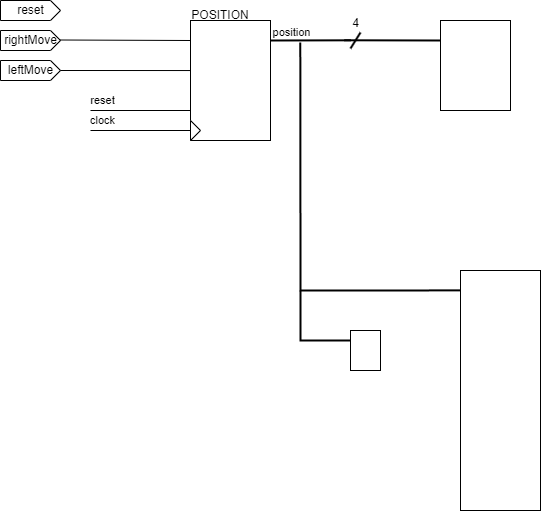
The draw.io diagram Lab3_Moving_LED/Modelsim/MovingLed.png in rbrinson2/CPE-3020-VHDL_Design, before a commit. Source tidied: cells renumbered, new cells last; positions are measured from the earlier drawing's top-left corner, leaving out a move shared by most shapes.
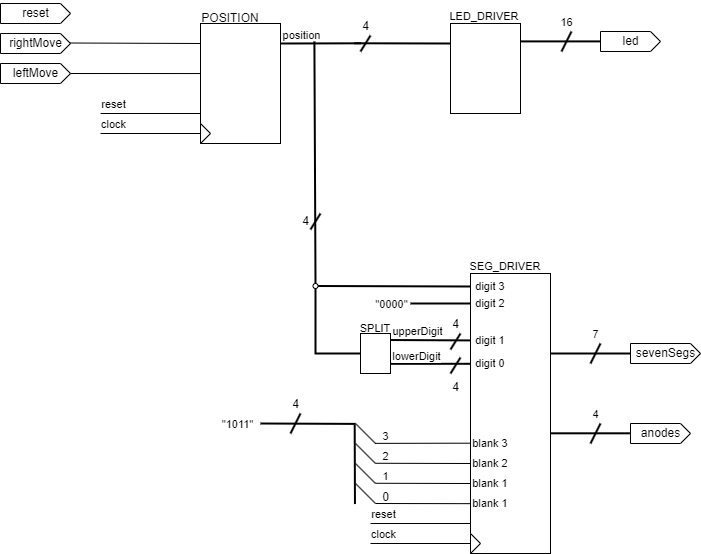
After the commit.

Diff of the diagram source:
```diff
@@ -3,13 +3,13 @@
     <mxCell id="0" />
     <mxCell id="1" parent="0" />
     <mxCell id="2" value="leftMove" style="externalPins=0;shadow=0;dashed=0;align=center;html=1;strokeWidth=1;shape=mxgraph.rtl.abstract.entity;kind=input;drawPins=0;left=0;right=1;bottom=0;top=0;" parent="1" vertex="1">
-      <mxGeometry y="60" width="60" height="20" as="geometry" />
+      <mxGeometry x="-10" y="60" width="70" height="20" as="geometry" />
     </mxCell>
     <mxCell id="3" value="rightMove" style="externalPins=0;shadow=0;dashed=0;align=center;html=1;strokeWidth=1;shape=mxgraph.rtl.abstract.entity;kind=input;drawPins=0;left=0;right=1;bottom=0;top=0;" parent="1" vertex="1">
-      <mxGeometry y="30" width="60" height="20" as="geometry" />
+      <mxGeometry x="-10" y="30" width="70" height="20" as="geometry" />
     </mxCell>
     <mxCell id="4" value="reset" style="externalPins=0;shadow=0;dashed=0;align=center;html=1;strokeWidth=1;shape=mxgraph.rtl.abstract.entity;kind=input;drawPins=0;left=0;right=1;bottom=0;top=0;" parent="1" vertex="1">
-      <mxGeometry width="60" height="20" as="geometry" />
+      <mxGeometry x="-10" width="70" height="20" as="geometry" />
     </mxCell>
     <mxCell id="5" style="endArrow=none;html=1;strokeWidth=1;" parent="1" edge="1">
       <mxGeometry relative="1" as="geometry">
@@ -57,8 +57,32 @@
       <mxGeometry x="440" y="20" width="70" height="90" as="geometry" />
     </mxCell>
     <mxCell id="15" style="externalPins=0;shadow=0;dashed=0;align=center;html=1;strokeWidth=1;shape=mxgraph.rtl.abstract.entity;kind=sequential;drawPins=0;left=3;right=2;bottom=0;top=0;" parent="1" vertex="1">
-      <mxGeometry x="460" y="270" width="80" height="240" as="geometry" />
+      <mxGeometry x="460" y="270" width="80" height="280" as="geometry" />
     </mxCell>
+    <mxCell id="23" value="digit 3" style="text;html=1;strokeColor=none;fillColor=none;align=center;verticalAlign=middle;whiteSpace=wrap;rounded=0;labelBorderColor=none;fillStyle=solid;strokeWidth=2;fontSize=11;" parent="15" vertex="1">
+      <mxGeometry x="-10" y="-2.5" width="60" height="30" as="geometry" />
+    </mxCell>
+    <mxCell id="24" value="digit 0" style="text;html=1;strokeColor=none;fillColor=none;align=center;verticalAlign=middle;whiteSpace=wrap;rounded=0;labelBorderColor=none;fillStyle=solid;strokeWidth=2;fontSize=11;" parent="15" vertex="1">
+      <mxGeometry x="-10" y="75" width="60" height="30" as="geometry" />
+    </mxCell>
+    <mxCell id="25" value="digit 1" style="text;html=1;strokeColor=none;fillColor=none;align=center;verticalAlign=middle;whiteSpace=wrap;rounded=0;labelBorderColor=none;fillStyle=solid;strokeWidth=2;fontSize=11;" parent="15" vertex="1">
+      <mxGeometry x="-10" y="52" width="60" height="29" as="geometry" />
+    </mxCell>
+    <mxCell id="26" value="digit 2" style="text;html=1;strokeColor=none;fillColor=none;align=center;verticalAlign=middle;whiteSpace=wrap;rounded=0;labelBorderColor=none;fillStyle=solid;strokeWidth=2;fontSize=11;" parent="15" vertex="1">
+      <mxGeometry x="-10" y="15" width="60" height="30" as="geometry" />
+    </mxCell>
+    <mxCell id="27" value="blank 3" style="text;html=1;strokeColor=none;fillColor=none;align=center;verticalAlign=middle;whiteSpace=wrap;rounded=0;labelBorderColor=none;fillStyle=solid;strokeWidth=2;fontSize=11;" parent="15" vertex="1">
+      <mxGeometry x="-10" y="155" width="60" height="30" as="geometry" />
+    </mxCell>
+    <mxCell id="28" value="blank 2" style="text;html=1;strokeColor=none;fillColor=none;align=center;verticalAlign=middle;whiteSpace=wrap;rounded=0;labelBorderColor=none;fillStyle=solid;strokeWidth=2;fontSize=11;" parent="15" vertex="1">
+      <mxGeometry x="-10" y="175" width="60" height="30" as="geometry" />
+    </mxCell>
+    <mxCell id="29" value="blank 1" style="text;html=1;strokeColor=none;fillColor=none;align=center;verticalAlign=middle;whiteSpace=wrap;rounded=0;labelBorderColor=none;fillStyle=solid;strokeWidth=2;fontSize=11;" parent="15" vertex="1">
+      <mxGeometry x="-10" y="195" width="60" height="30" as="geometry" />
+    </mxCell>
+    <mxCell id="30" value="blank 1" style="text;html=1;strokeColor=none;fillColor=none;align=center;verticalAlign=middle;whiteSpace=wrap;rounded=0;labelBorderColor=none;fillStyle=solid;strokeWidth=2;fontSize=11;" parent="15" vertex="1">
+      <mxGeometry x="-10" y="215" width="60" height="30" as="geometry" />
+    </mxCell>
     <mxCell id="16" style="endArrow=none;html=1;strokeWidth=2;entryX=0;entryY=0;entryDx=0;entryDy=20;entryPerimeter=0;startArrow=none;exitX=0.92;exitY=-0.042;exitDx=0;exitDy=0;exitPerimeter=0;" parent="1" edge="1" source="17" target="14">
       <mxGeometry relative="1" as="geometry" />
     </mxCell>
@@ -78,20 +102,180 @@
     <mxCell id="20" style="externalPins=0;shadow=0;dashed=0;align=center;html=1;strokeWidth=1;shape=mxgraph.rtl.abstract.entity;kind=sequential;drawPins=0;left=3;right=2;bottom=0;top=0;labelBorderColor=none;" parent="1" vertex="1">
       <mxGeometry x="350" y="330" width="30" height="40" as="geometry" />
     </mxCell>
-    <mxCell id="21" style="endArrow=none;html=1;strokeWidth=2;exitX=0.371;exitY=2.64;exitDx=0;exitDy=0;exitPerimeter=0;entryX=0;entryY=0.083;entryDx=0;entryDy=0;entryPerimeter=0;rounded=0;" parent="1" edge="1" source="17" target="15">
-      <mxGeometry relative="1" as="geometry">
-        <Array as="points">
-          <mxPoint x="300" y="290" />
-        </Array>
-      </mxGeometry>
-    </mxCell>
-    <mxCell id="22" style="endArrow=none;html=1;strokeWidth=2;rounded=0;entryX=0;entryY=0;entryDx=0;entryDy=10;entryPerimeter=0;startArrow=none;" parent="1" edge="1" target="20">
-      <mxGeometry relative="1" as="geometry">
-        <mxPoint x="300" y="290" as="sourcePoint" />
-        <Array as="points">
-          <mxPoint x="300" y="340" />
-        </Array>
-      </mxGeometry>
-    </mxCell>
+    <mxCell id="31" value="4" style="verticalLabelPosition=middle;shadow=0;dashed=0;align=right;verticalAlign=middle;shape=mxgraph.electrical.transmission.bus_width;strokeWidth=2;labelPosition=left;labelBorderColor=none;html=1;" parent="1" vertex="1">
+      <mxGeometry x="300" y="210" width="10" height="16" as="geometry" />
+    </mxCell>
+    <mxCell id="32" style="endArrow=none;html=1;strokeWidth=2;rounded=0;exitX=1;exitY=0.5;exitDx=0;exitDy=0;" parent="1" edge="1" source="35">
+      <mxGeometry relative="1" as="geometry">
+        <mxPoint x="460" y="283" as="targetPoint" />
+      </mxGeometry>
+    </mxCell>
+    <mxCell id="33" style="endArrow=none;html=1;strokeWidth=2;rounded=0;entryX=0;entryY=0;entryDx=0;entryDy=20;entryPerimeter=0;exitX=0.5;exitY=1;exitDx=0;exitDy=0;" parent="1" edge="1" source="35" target="20">
+      <mxGeometry relative="1" as="geometry">
+        <Array as="points">
+          <mxPoint x="305" y="350" />
+        </Array>
+      </mxGeometry>
+    </mxCell>
+    <mxCell id="34" style="endArrow=none;html=1;strokeWidth=2;rounded=0;exitX=0.422;exitY=-1.826;exitDx=0;exitDy=0;exitPerimeter=0;entryX=0.5;entryY=0;entryDx=0;entryDy=0;" parent="1" edge="1" source="17" target="35">
+      <mxGeometry relative="1" as="geometry" />
+    </mxCell>
+    <mxCell id="35" style="ellipse;whiteSpace=wrap;html=1;labelBorderColor=none;strokeWidth=1;fillStyle=solid;fillColor=#FFFFFF;" parent="1" vertex="1">
+      <mxGeometry x="302.5" y="280" width="5" height="5" as="geometry" />
+    </mxCell>
+    <mxCell id="36" style="endArrow=none;html=1;strokeWidth=2;rounded=0;entryX=0.005;entryY=0.239;entryDx=0;entryDy=0;entryPerimeter=0;exitX=0.988;exitY=0.163;exitDx=0;exitDy=0;exitPerimeter=0;" parent="1" edge="1" source="20" target="15">
+      <mxGeometry relative="1" as="geometry" />
+    </mxCell>
+    <mxCell id="37" value="upperDigit" style="edgeLabel;html=1;align=center;verticalAlign=middle;" parent="36" vertex="1">
+      <mxGeometry x="-0.71" relative="1" as="geometry">
+        <mxPoint x="15" y="-9" as="offset" />
+      </mxGeometry>
+    </mxCell>
+    <mxCell id="38" value="4" style="verticalLabelPosition=top;shadow=0;dashed=0;align=center;html=1;verticalAlign=bottom;shape=mxgraph.electrical.transmission.bus_width;labelBorderColor=none;fillStyle=solid;strokeWidth=2;fillColor=#FFFFFF;labelPosition=center;" parent="1" vertex="1">
+      <mxGeometry x="440" y="330" width="10" height="16" as="geometry" />
+    </mxCell>
+    <mxCell id="39" style="endArrow=none;html=1;strokeWidth=2;rounded=0;entryX=0.99;entryY=1.064;entryDx=0;entryDy=0;entryPerimeter=0;exitX=0.989;exitY=0.092;exitDx=0;exitDy=0;exitPerimeter=0;" parent="1" edge="1">
+      <mxGeometry relative="1" as="geometry">
+        <mxPoint x="379.7" y="360.3" as="sourcePoint" />
+        <mxPoint x="459.9" y="360.3" as="targetPoint" />
+      </mxGeometry>
+    </mxCell>
+    <mxCell id="40" value="lowerDigit" style="edgeLabel;html=1;align=center;verticalAlign=middle;" parent="39" vertex="1">
+      <mxGeometry x="-0.28" relative="1" as="geometry">
+        <mxPoint x="-3" y="-8" as="offset" />
+      </mxGeometry>
+    </mxCell>
+    <mxCell id="41" value="4" style="verticalLabelPosition=bottom;shadow=0;dashed=0;align=center;html=1;verticalAlign=top;shape=mxgraph.electrical.transmission.bus_width;labelBorderColor=none;fillStyle=solid;strokeWidth=2;fillColor=#FFFFFF;labelPosition=center;" parent="1" vertex="1">
+      <mxGeometry x="440" y="354" width="10" height="16" as="geometry" />
+    </mxCell>
+    <mxCell id="42" style="endArrow=none;html=1;strokeWidth=2;rounded=0;" parent="1" edge="1">
+      <mxGeometry relative="1" as="geometry">
+        <mxPoint x="400" y="300" as="sourcePoint" />
+        <mxPoint x="460" y="300" as="targetPoint" />
+      </mxGeometry>
+    </mxCell>
+    <mxCell id="43" value="&quot;0000&quot;" style="edgeLabel;html=1;align=center;verticalAlign=middle;" parent="42" vertex="1">
+      <mxGeometry x="0.49" y="2" relative="1" as="geometry">
+        <mxPoint x="-65" y="2" as="offset" />
+      </mxGeometry>
+    </mxCell>
+    <mxCell id="44" style="endArrow=none;html=1;strokeWidth=2;rounded=0;entryX=0.02;entryY=0.993;entryDx=0;entryDy=0;entryPerimeter=0;" parent="1" edge="1" target="46">
+      <mxGeometry relative="1" as="geometry">
+        <mxPoint x="250" y="420" as="sourcePoint" />
+      </mxGeometry>
+    </mxCell>
+    <mxCell id="45" value="&quot;1011&quot;" style="edgeLabel;html=1;align=center;verticalAlign=middle;" parent="44" vertex="1">
+      <mxGeometry x="0.3" y="-2" relative="1" as="geometry">
+        <mxPoint x="-85" y="-2" as="offset" />
+      </mxGeometry>
+    </mxCell>
+    <mxCell id="46" value="3" style="verticalLabelPosition=bottom;shadow=0;dashed=0;align=center;html=1;verticalAlign=top;shape=mxgraph.electrical.transmission.bus_width;labelBorderColor=none;fillStyle=solid;strokeWidth=1;fillColor=#FFFFFF;rotation=90;spacingBottom=0;labelPosition=center;fontSize=11;horizontal=0;" parent="1" vertex="1">
+      <mxGeometry x="345" y="420" width="20" height="20" as="geometry" />
+    </mxCell>
+    <mxCell id="47" value="2" style="verticalLabelPosition=bottom;shadow=0;dashed=0;align=center;html=1;verticalAlign=top;shape=mxgraph.electrical.transmission.bus_width;labelBorderColor=none;fillStyle=solid;strokeWidth=1;fillColor=#FFFFFF;rotation=90;fontSize=11;horizontal=0;" parent="1" vertex="1">
+      <mxGeometry x="345" y="440" width="20" height="20" as="geometry" />
+    </mxCell>
+    <mxCell id="48" value="1" style="verticalLabelPosition=bottom;shadow=0;dashed=0;align=center;html=1;verticalAlign=top;shape=mxgraph.electrical.transmission.bus_width;labelBorderColor=none;fillStyle=solid;strokeWidth=1;fillColor=#FFFFFF;rotation=90;horizontal=0;fontSize=11;labelPosition=center;" parent="1" vertex="1">
+      <mxGeometry x="345" y="460" width="20" height="20" as="geometry" />
+    </mxCell>
+    <mxCell id="49" value="0" style="verticalLabelPosition=bottom;shadow=0;dashed=0;align=center;html=1;verticalAlign=top;shape=mxgraph.electrical.transmission.bus_width;labelBorderColor=none;fillStyle=solid;strokeWidth=1;fillColor=#FFFFFF;rotation=90;horizontal=0;" parent="1" vertex="1">
+      <mxGeometry x="345" y="480" width="20" height="20" as="geometry" />
+    </mxCell>
+    <mxCell id="50" style="endArrow=none;html=1;strokeWidth=2;rounded=0;exitX=0.99;exitY=1.318;exitDx=0;exitDy=0;exitPerimeter=0;entryX=1.027;entryY=1.027;entryDx=0;entryDy=0;entryPerimeter=0;" parent="1" edge="1" source="44" target="49">
+      <mxGeometry relative="1" as="geometry" />
+    </mxCell>
+    <mxCell id="51" style="endArrow=none;html=1;strokeWidth=1;rounded=0;entryX=0.002;entryY=0.606;entryDx=0;entryDy=0;entryPerimeter=0;exitX=0.994;exitY=0.019;exitDx=0;exitDy=0;exitPerimeter=0;" parent="1" edge="1" source="46" target="15">
+      <mxGeometry relative="1" as="geometry" />
+    </mxCell>
+    <mxCell id="52" style="endArrow=none;html=1;strokeWidth=1;rounded=0;exitX=1.012;exitY=0.982;exitDx=0;exitDy=0;exitPerimeter=0;" parent="1" edge="1">
+      <mxGeometry relative="1" as="geometry">
+        <mxPoint x="365" y="459.8" as="sourcePoint" />
+        <mxPoint x="460" y="460" as="targetPoint" />
+      </mxGeometry>
+    </mxCell>
+    <mxCell id="53" style="endArrow=none;html=1;strokeWidth=1;rounded=0;exitX=1.012;exitY=0.982;exitDx=0;exitDy=0;exitPerimeter=0;" parent="1" edge="1">
+      <mxGeometry relative="1" as="geometry">
+        <mxPoint x="365" y="479.8" as="sourcePoint" />
+        <mxPoint x="460" y="480" as="targetPoint" />
+      </mxGeometry>
+    </mxCell>
+    <mxCell id="54" style="endArrow=none;html=1;strokeWidth=1;rounded=0;exitX=1.012;exitY=0.982;exitDx=0;exitDy=0;exitPerimeter=0;entryX=0;entryY=0.822;entryDx=0;entryDy=0;entryPerimeter=0;" parent="1" edge="1" target="15">
+      <mxGeometry relative="1" as="geometry">
+        <mxPoint x="365" y="500" as="sourcePoint" />
+      </mxGeometry>
+    </mxCell>
+    <mxCell id="55" style="triangle;whiteSpace=wrap;html=1;" parent="1" vertex="1">
+      <mxGeometry x="460" y="530" width="10" height="20" as="geometry" />
+    </mxCell>
+    <mxCell id="56" style="endArrow=none;html=1;strokeWidth=1;" parent="1" edge="1">
+      <mxGeometry relative="1" as="geometry">
+        <mxPoint x="360" y="520" as="sourcePoint" />
+        <mxPoint x="460" y="520" as="targetPoint" />
+      </mxGeometry>
+    </mxCell>
+    <mxCell id="57" value="reset&lt;br&gt;" style="edgeLabel;html=1;align=center;verticalAlign=middle;" parent="56" vertex="1">
+      <mxGeometry x="-0.77" relative="1" as="geometry">
+        <mxPoint y="-10" as="offset" />
+      </mxGeometry>
+    </mxCell>
+    <mxCell id="58" style="endArrow=none;html=1;strokeWidth=1;" parent="1" edge="1">
+      <mxGeometry relative="1" as="geometry">
+        <mxPoint x="360" y="540" as="sourcePoint" />
+        <mxPoint x="460" y="540" as="targetPoint" />
+      </mxGeometry>
+    </mxCell>
+    <mxCell id="59" value="clock" style="edgeLabel;html=1;align=center;verticalAlign=middle;" parent="58" vertex="1">
+      <mxGeometry x="-0.77" relative="1" as="geometry">
+        <mxPoint y="-10" as="offset" />
+      </mxGeometry>
+    </mxCell>
+    <mxCell id="60" value="4" style="verticalLabelPosition=top;shadow=0;dashed=0;align=center;html=1;verticalAlign=bottom;shape=mxgraph.electrical.transmission.bus_width;labelBorderColor=none;fillStyle=solid;strokeWidth=2;fillColor=#FFFFFF;labelPosition=center;" parent="1" vertex="1">
+      <mxGeometry x="280" y="410" width="10" height="20" as="geometry" />
+    </mxCell>
+    <mxCell id="61" value="sevenSegs" style="externalPins=0;shadow=0;dashed=0;align=center;html=1;strokeWidth=1;shape=mxgraph.rtl.abstract.entity;kind=input;drawPins=0;left=0;right=1;bottom=0;top=0;" parent="1" vertex="1">
+      <mxGeometry x="620" y="340" width="70" height="20" as="geometry" />
+    </mxCell>
+    <mxCell id="62" value="led" style="externalPins=0;shadow=0;dashed=0;align=center;html=1;strokeWidth=1;shape=mxgraph.rtl.abstract.entity;kind=input;drawPins=0;left=0;right=1;bottom=0;top=0;" parent="1" vertex="1">
+      <mxGeometry x="590" y="28" width="60" height="20" as="geometry" />
+    </mxCell>
+    <mxCell id="63" value="anodes" style="externalPins=0;shadow=0;dashed=0;align=center;html=1;strokeWidth=1;shape=mxgraph.rtl.abstract.entity;kind=input;drawPins=0;left=0;right=1;bottom=0;top=0;" parent="1" vertex="1">
+      <mxGeometry x="620" y="420" width="60" height="20" as="geometry" />
+    </mxCell>
+    <mxCell id="64" style="endArrow=none;html=1;strokeWidth=2;rounded=0;fontSize=11;" parent="1" edge="1">
+      <mxGeometry relative="1" as="geometry">
+        <mxPoint x="540" y="350" as="sourcePoint" />
+        <mxPoint x="620" y="350" as="targetPoint" />
+      </mxGeometry>
+    </mxCell>
+    <mxCell id="65" style="endArrow=none;html=1;strokeWidth=2;rounded=0;fontSize=11;" parent="1" edge="1">
+      <mxGeometry relative="1" as="geometry">
+        <mxPoint x="540" y="429.8" as="sourcePoint" />
+        <mxPoint x="620" y="429.8" as="targetPoint" />
+      </mxGeometry>
+    </mxCell>
+    <mxCell id="66" value="7" style="verticalLabelPosition=top;shadow=0;dashed=0;align=center;html=1;verticalAlign=bottom;shape=mxgraph.electrical.transmission.bus_width;labelBorderColor=none;fillStyle=solid;strokeWidth=2;fontSize=11;fillColor=#FFFFFF;gradientColor=none;labelPosition=center;" parent="1" vertex="1">
+      <mxGeometry x="580" y="340" width="10" height="20" as="geometry" />
+    </mxCell>
+    <mxCell id="67" value="4" style="verticalLabelPosition=top;shadow=0;dashed=0;align=center;html=1;verticalAlign=bottom;shape=mxgraph.electrical.transmission.bus_width;labelBorderColor=none;fillStyle=solid;strokeWidth=2;fontSize=11;fillColor=#FFFFFF;gradientColor=none;labelPosition=center;" parent="1" vertex="1">
+      <mxGeometry x="580" y="420" width="10" height="20" as="geometry" />
+    </mxCell>
+    <mxCell id="68" style="endArrow=none;html=1;strokeWidth=2;rounded=0;fontSize=11;" parent="1" edge="1">
+      <mxGeometry relative="1" as="geometry">
+        <mxPoint x="510" y="37.9" as="sourcePoint" />
+        <mxPoint x="590" y="37.9" as="targetPoint" />
+      </mxGeometry>
+    </mxCell>
+    <mxCell id="69" value="16" style="verticalLabelPosition=top;shadow=0;dashed=0;align=center;html=1;verticalAlign=bottom;shape=mxgraph.electrical.transmission.bus_width;labelBorderColor=none;fillStyle=solid;strokeWidth=2;fontSize=11;fillColor=#FFFFFF;gradientColor=none;labelPosition=center;" parent="1" vertex="1">
+      <mxGeometry x="551" y="28" width="10" height="20" as="geometry" />
+    </mxCell>
+    <mxCell id="70" value="SEG_DRIVER" style="text;html=1;strokeColor=none;fillColor=none;align=center;verticalAlign=middle;whiteSpace=wrap;rounded=0;labelBorderColor=none;fillStyle=solid;strokeWidth=2;fontSize=11;" parent="1" vertex="1">
+      <mxGeometry x="465" y="248" width="60" height="30" as="geometry" />
+    </mxCell>
+    <mxCell id="71" value="SPLIT" style="text;html=1;strokeColor=none;fillColor=none;align=center;verticalAlign=middle;whiteSpace=wrap;rounded=0;labelBorderColor=none;fillStyle=solid;strokeWidth=2;fontSize=11;" parent="1" vertex="1">
+      <mxGeometry x="335" y="310" width="60" height="30" as="geometry" />
+    </mxCell>
+    <mxCell id="72" value="LED_DRIVER" style="text;html=1;strokeColor=none;fillColor=none;align=center;verticalAlign=middle;whiteSpace=wrap;rounded=0;labelBorderColor=none;fillStyle=solid;strokeWidth=2;fontSize=11;" parent="1" vertex="1">
+      <mxGeometry x="444" y="-2" width="60" height="30" as="geometry" />
+    </mxCell>
   </root>
 </mxGraphModel>
```
